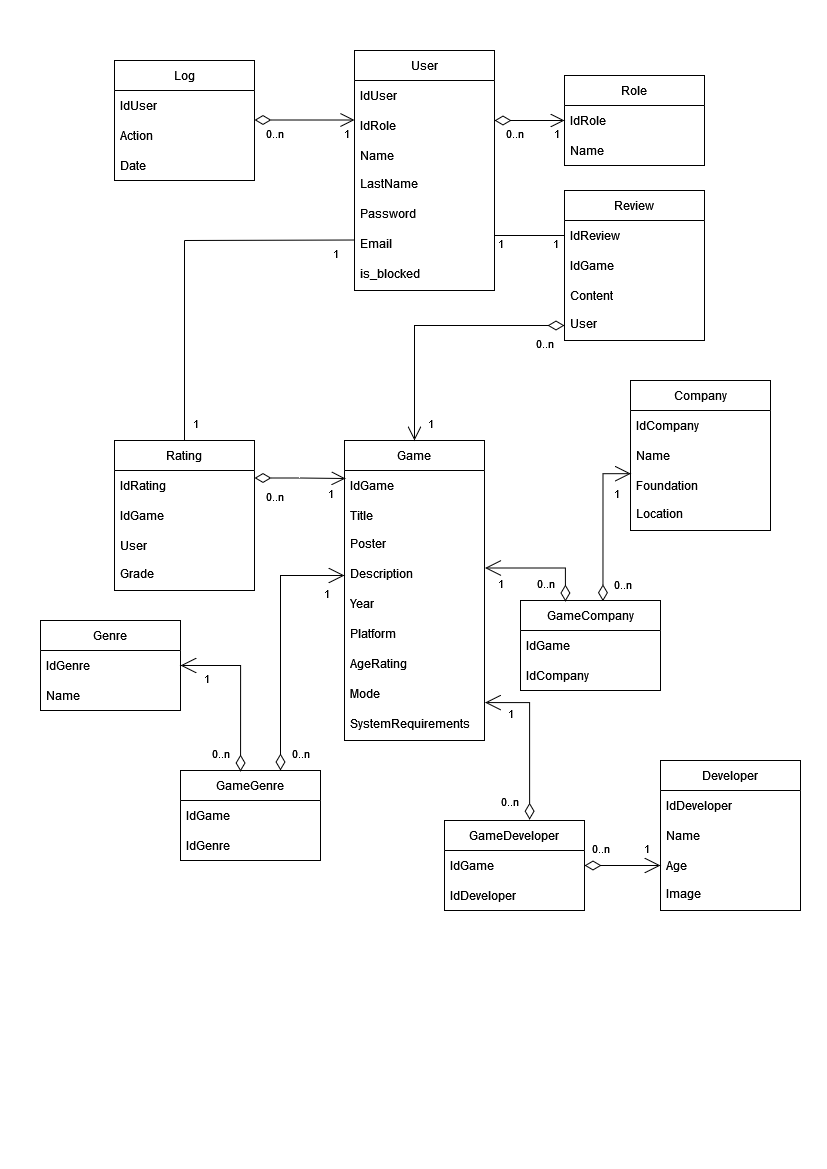
Earlier version of the draw.io export pictures/DBSchemeNF.png (VadimLinevich/Database). Source tidied: cells renumbered, new cells last; positions are measured from the earlier drawing's top-left corner, leaving out a move shared by most shapes.
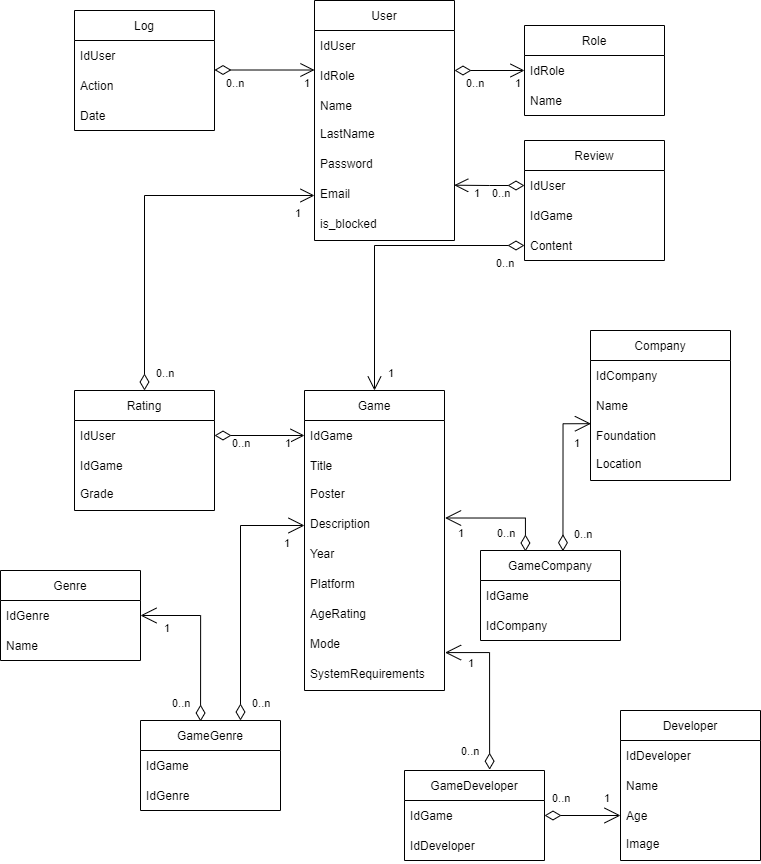
Above is the later version.

Diff of the diagram source:
```diff
@@ -39,9 +39,9 @@
       <mxGeometry y="90" width="140" height="30" as="geometry" />
     </mxCell>
     <mxCell id="14" value="Review" style="swimlane;fontStyle=0;horizontal=1;startSize=30;" parent="1" vertex="1">
-      <mxGeometry x="524" y="140" width="140" height="150" as="geometry" />
+      <mxGeometry x="524" y="140" width="140" height="120" as="geometry" />
     </mxCell>
-    <mxCell id="15" value="IdReview" style="text;strokeColor=none;fillColor=none;align=left;verticalAlign=middle;spacingLeft=4;spacingRight=4;overflow=hidden;points=[[0,0.5],[1,0.5]];portConstraint=eastwest;" parent="14" vertex="1">
+    <mxCell id="15" value="IdUser" style="text;strokeColor=none;fillColor=none;align=left;verticalAlign=middle;spacingLeft=4;spacingRight=4;overflow=hidden;points=[[0,0.5],[1,0.5]];portConstraint=eastwest;" parent="14" vertex="1">
       <mxGeometry y="30" width="140" height="30" as="geometry" />
     </mxCell>
     <mxCell id="16" value="IdGame" style="text;strokeColor=none;fillColor=none;align=left;verticalAlign=middle;spacingLeft=4;spacingRight=4;overflow=hidden;" parent="14" vertex="1">
@@ -50,9 +50,6 @@
     <mxCell id="17" value="Content" style="text;strokeColor=none;fillColor=none;align=left;verticalAlign=middle;spacingLeft=4;spacingRight=4;overflow=hidden;points=[[0,0.5],[1,0.5]];portConstraint=eastwest;" parent="14" vertex="1">
       <mxGeometry y="90" width="140" height="30" as="geometry" />
     </mxCell>
-    <mxCell id="18" value="User" style="text;strokeColor=none;fillColor=none;spacingLeft=4;spacingRight=4;overflow=hidden;points=[[0,0.5],[1,0.5]];portConstraint=eastwest;fontSize=12;" parent="14" vertex="1">
-      <mxGeometry y="120" width="140" height="30" as="geometry" />
-    </mxCell>
     <mxCell id="19" value="Genre" style="swimlane;fontStyle=0;horizontal=1;startSize=30;" parent="1" vertex="1">
       <mxGeometry y="570" width="140" height="90" as="geometry" />
     </mxCell>
@@ -78,19 +75,16 @@
       <mxGeometry y="120" width="140" height="30" as="geometry" />
     </mxCell>
     <mxCell id="27" value="Rating" style="swimlane;fontStyle=0;horizontal=1;startSize=30;" parent="1" vertex="1">
-      <mxGeometry x="74" y="390" width="140" height="150" as="geometry" />
+      <mxGeometry x="74" y="390" width="140" height="120" as="geometry" />
     </mxCell>
-    <mxCell id="28" value="IdRating" style="text;strokeColor=none;fillColor=none;align=left;verticalAlign=middle;spacingLeft=4;spacingRight=4;overflow=hidden;points=[[0,0.5],[1,0.5]];portConstraint=eastwest;" parent="27" vertex="1">
+    <mxCell id="28" value="IdUser" style="text;strokeColor=none;fillColor=none;align=left;verticalAlign=middle;spacingLeft=4;spacingRight=4;overflow=hidden;points=[[0,0.5],[1,0.5]];portConstraint=eastwest;" parent="27" vertex="1">
       <mxGeometry y="30" width="140" height="30" as="geometry" />
     </mxCell>
     <mxCell id="29" value="IdGame" style="text;strokeColor=none;fillColor=none;align=left;verticalAlign=middle;spacingLeft=4;spacingRight=4;overflow=hidden;" parent="27" vertex="1">
       <mxGeometry y="60" width="140" height="30" as="geometry" />
     </mxCell>
-    <mxCell id="30" value="User" style="text;strokeColor=none;fillColor=none;align=left;verticalAlign=middle;spacingLeft=4;spacingRight=4;overflow=hidden;" parent="27" vertex="1">
-      <mxGeometry y="90" width="140" height="30" as="geometry" />
-    </mxCell>
     <mxCell id="31" value="Grade" style="text;strokeColor=none;fillColor=none;spacingLeft=4;spacingRight=4;overflow=hidden;fontSize=12;" parent="27" vertex="1">
-      <mxGeometry y="120" width="140" height="30" as="geometry" />
+      <mxGeometry y="90" width="140" height="30" as="geometry" />
     </mxCell>
     <mxCell id="32" value="Game" style="swimlane;fontStyle=0;horizontal=1;startSize=30;" parent="1" vertex="1">
       <mxGeometry x="304" y="390" width="140" height="300" as="geometry" />
@@ -176,18 +170,7 @@
         <mxPoint x="-4" as="offset" />
       </mxGeometry>
     </mxCell>
-    <mxCell id="56" style="line;strokeWidth=1;dashed=0;labelPosition=right;align=left;verticalAlign=middle;spacingTop=0;spacingLeft=6;" parent="1" vertex="1">
-      <mxGeometry x="454" y="180" width="70" height="10" as="geometry" />
-    </mxCell>
-    <mxCell id="57" value="1" style="edgeLabel;html=1;align=right;verticalAlign=top;" parent="1" vertex="1">
-      <mxGeometry x="464" y="180" as="geometry" />
-    </mxCell>
-    <mxCell id="58" value="1" style="edgeLabel;html=1;align=right;verticalAlign=top;" parent="1" vertex="1">
-      <mxGeometry x="544" y="100" as="geometry">
-        <mxPoint x="-25" y="80" as="offset" />
-      </mxGeometry>
-    </mxCell>
-    <mxCell id="59" style="endArrow=open;html=1;endSize=12;startArrow=diamondThin;startSize=14;startFill=0;edgeStyle=orthogonalEdgeStyle;rounded=0;entryX=0.5;entryY=0;entryDx=0;entryDy=0;exitX=0;exitY=0.5;exitDx=0;exitDy=0;" parent="1" edge="1" source="18" target="32">
+    <mxCell id="59" style="endArrow=open;html=1;endSize=12;startArrow=diamondThin;startSize=14;startFill=0;edgeStyle=orthogonalEdgeStyle;rounded=0;entryX=0.5;entryY=0;entryDx=0;entryDy=0;exitX=0;exitY=0.5;exitDx=0;exitDy=0;" parent="1" edge="1" source="17" target="32">
       <mxGeometry x="0.28" relative="1" as="geometry" />
     </mxCell>
     <mxCell id="60" value="0..n" style="edgeLabel;html=1;align=left;verticalAlign=top;" parent="59" vertex="1">
@@ -200,39 +183,19 @@
         <mxPoint x="20" y="-30" as="offset" />
       </mxGeometry>
     </mxCell>
-    <mxCell id="62" style="endArrow=open;html=1;endSize=12;startArrow=diamondThin;startSize=14;startFill=0;edgeStyle=orthogonalEdgeStyle;rounded=0;entryX=0.007;entryY=0.267;entryDx=0;entryDy=0;exitX=1;exitY=0.25;exitDx=0;exitDy=0;entryPerimeter=0;" parent="1" edge="1" source="27" target="33">
+    <mxCell id="62" style="endArrow=open;html=1;endSize=12;startArrow=diamondThin;startSize=14;startFill=0;edgeStyle=orthogonalEdgeStyle;rounded=0;exitX=1;exitY=0.5;exitDx=0;exitDy=0;entryX=0;entryY=0.5;entryDx=0;entryDy=0;" parent="1" edge="1" source="28" target="33">
       <mxGeometry x="0.28" relative="1" as="geometry" />
     </mxCell>
     <mxCell id="63" value="0..n" style="edgeLabel;html=1;align=left;verticalAlign=top;" parent="62" vertex="1">
       <mxGeometry x="-1" relative="1" as="geometry">
-        <mxPoint x="10" y="5" as="offset" />
+        <mxPoint x="16" y="-5" as="offset" />
       </mxGeometry>
     </mxCell>
     <mxCell id="64" value="1" style="edgeLabel;html=1;align=right;verticalAlign=top;" parent="62" vertex="1">
       <mxGeometry x="1" relative="1" as="geometry">
-        <mxPoint x="-10" y="2" as="offset" />
+        <mxPoint x="-14" y="-5" as="offset" />
       </mxGeometry>
     </mxCell>
-    <mxCell id="65" style="endArrow=none;html=1;rounded=0;exitX=0.5;exitY=0;exitDx=0;exitDy=0;" parent="1" edge="1" source="27">
-      <mxGeometry relative="1" as="geometry">
-        <mxPoint x="144" y="190" as="targetPoint" />
-      </mxGeometry>
-    </mxCell>
-    <mxCell id="66" style="endArrow=none;html=1;rounded=0;entryX=-0.002;entryY=0.317;entryDx=0;entryDy=0;entryPerimeter=0;" parent="1" edge="1" target="8">
-      <mxGeometry relative="1" as="geometry">
-        <mxPoint x="144" y="190" as="sourcePoint" />
-      </mxGeometry>
-    </mxCell>
-    <mxCell id="67" value="1" style="edgeLabel;html=1;align=right;verticalAlign=top;" parent="1" vertex="1">
-      <mxGeometry x="184" y="280" as="geometry">
-        <mxPoint x="-25" y="80" as="offset" />
-      </mxGeometry>
-    </mxCell>
-    <mxCell id="68" value="1" style="edgeLabel;html=1;align=right;verticalAlign=top;" parent="1" vertex="1">
-      <mxGeometry x="324" y="110" as="geometry">
-        <mxPoint x="-25" y="80" as="offset" />
-      </mxGeometry>
-    </mxCell>
     <mxCell id="69" style="endArrow=open;html=1;endSize=14;startArrow=diamondThin;startSize=14;startFill=0;edgeStyle=orthogonalEdgeStyle;rounded=0;endFill=0;entryX=0;entryY=0.5;entryDx=0;entryDy=0;" parent="1" edge="1" target="36">
       <mxGeometry x="0.28" relative="1" as="geometry">
         <mxPoint x="240" y="720" as="sourcePoint" />
@@ -328,5 +291,31 @@
     <mxCell id="95" value="1" style="edgeLabel;html=1;align=right;verticalAlign=top;" parent="1" vertex="1">
       <mxGeometry x="610" y="785" as="geometry" />
     </mxCell>
+    <mxCell id="96" style="endArrow=open;html=1;endSize=12;startArrow=diamondThin;startSize=14;startFill=0;edgeStyle=orthogonalEdgeStyle;rounded=0;entryX=0;entryY=0.5;entryDx=0;entryDy=0;" parent="1" edge="1" source="27" target="8">
+      <mxGeometry x="0.28" relative="1" as="geometry" />
+    </mxCell>
+    <mxCell id="97" value="0..n" style="edgeLabel;html=1;align=left;verticalAlign=top;" parent="96" vertex="1">
+      <mxGeometry x="-1" relative="1" as="geometry">
+        <mxPoint x="10" y="-30" as="offset" />
+      </mxGeometry>
+    </mxCell>
+    <mxCell id="98" value="1" style="edgeLabel;html=1;align=right;verticalAlign=top;" parent="96" vertex="1">
+      <mxGeometry x="1" relative="1" as="geometry">
+        <mxPoint x="-14" y="5" as="offset" />
+      </mxGeometry>
+    </mxCell>
+    <mxCell id="99" style="endArrow=open;html=1;endSize=12;startArrow=diamondThin;startSize=14;startFill=0;edgeStyle=orthogonalEdgeStyle;rounded=0;exitX=0;exitY=0.5;exitDx=0;exitDy=0;entryX=0.998;entryY=0.157;entryDx=0;entryDy=0;entryPerimeter=0;" parent="1" edge="1" source="15" target="8">
+      <mxGeometry x="0.28" relative="1" as="geometry" />
+    </mxCell>
+    <mxCell id="100" value="0..n" style="edgeLabel;html=1;align=left;verticalAlign=top;" parent="99" vertex="1">
+      <mxGeometry x="-1" relative="1" as="geometry">
+        <mxPoint x="-34" y="-5" as="offset" />
+      </mxGeometry>
+    </mxCell>
+    <mxCell id="101" value="1" style="edgeLabel;html=1;align=right;verticalAlign=top;" parent="99" vertex="1">
+      <mxGeometry x="1" relative="1" as="geometry">
+        <mxPoint x="26" y="-5" as="offset" />
+      </mxGeometry>
+    </mxCell>
   </root>
 </mxGraphModel>
```
